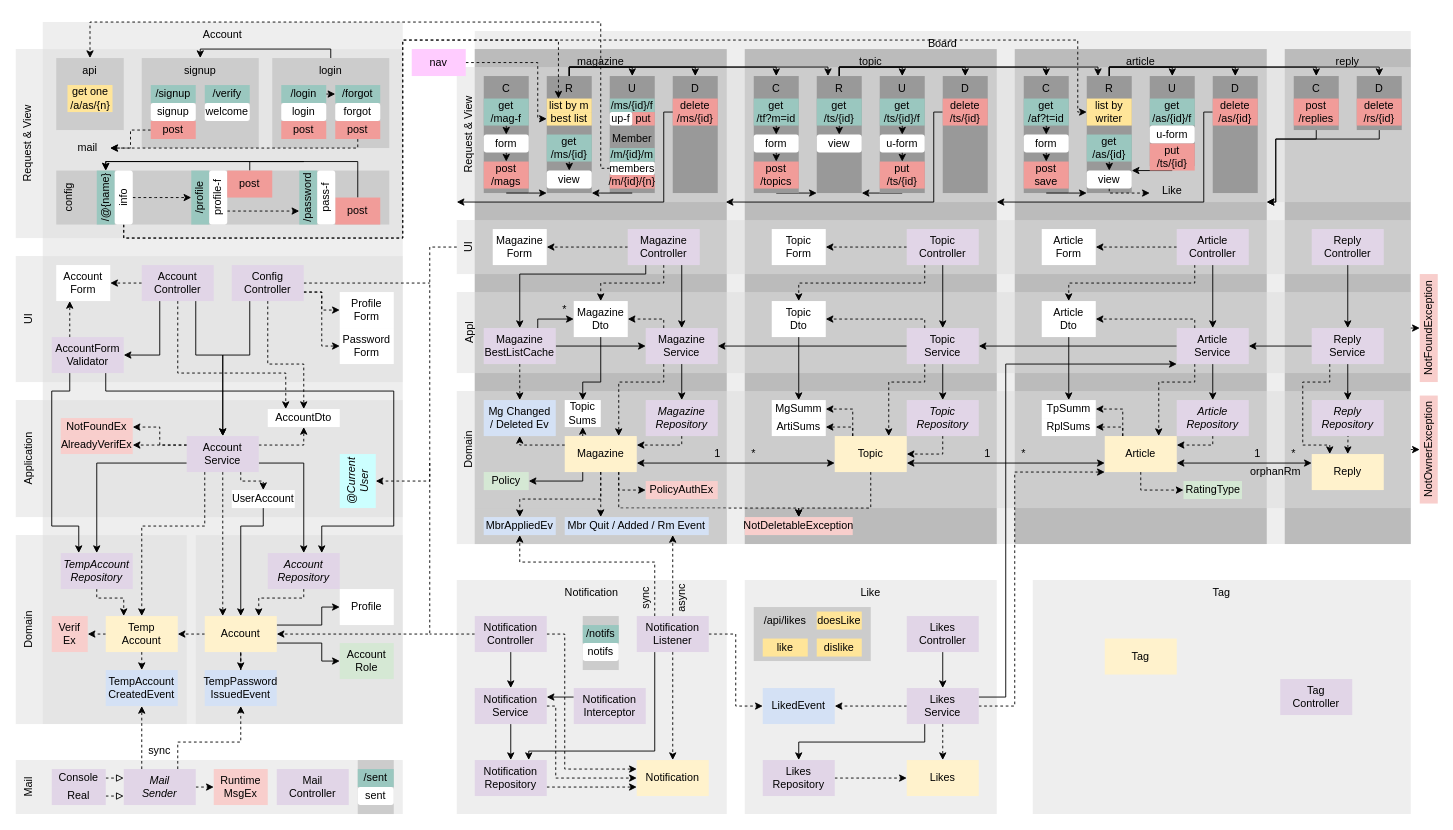
The draw.io diagram diagram.drawio in suloginscene/dinner, before the edit. Source tidied: cells renumbered, new cells numbered last; positions are measured from the earlier drawing's top-left corner, leaving out a move shared by most shapes. Both pictures are drawn from the tidied source at 90%, with x=0, y=0 at pixel (15, 22).
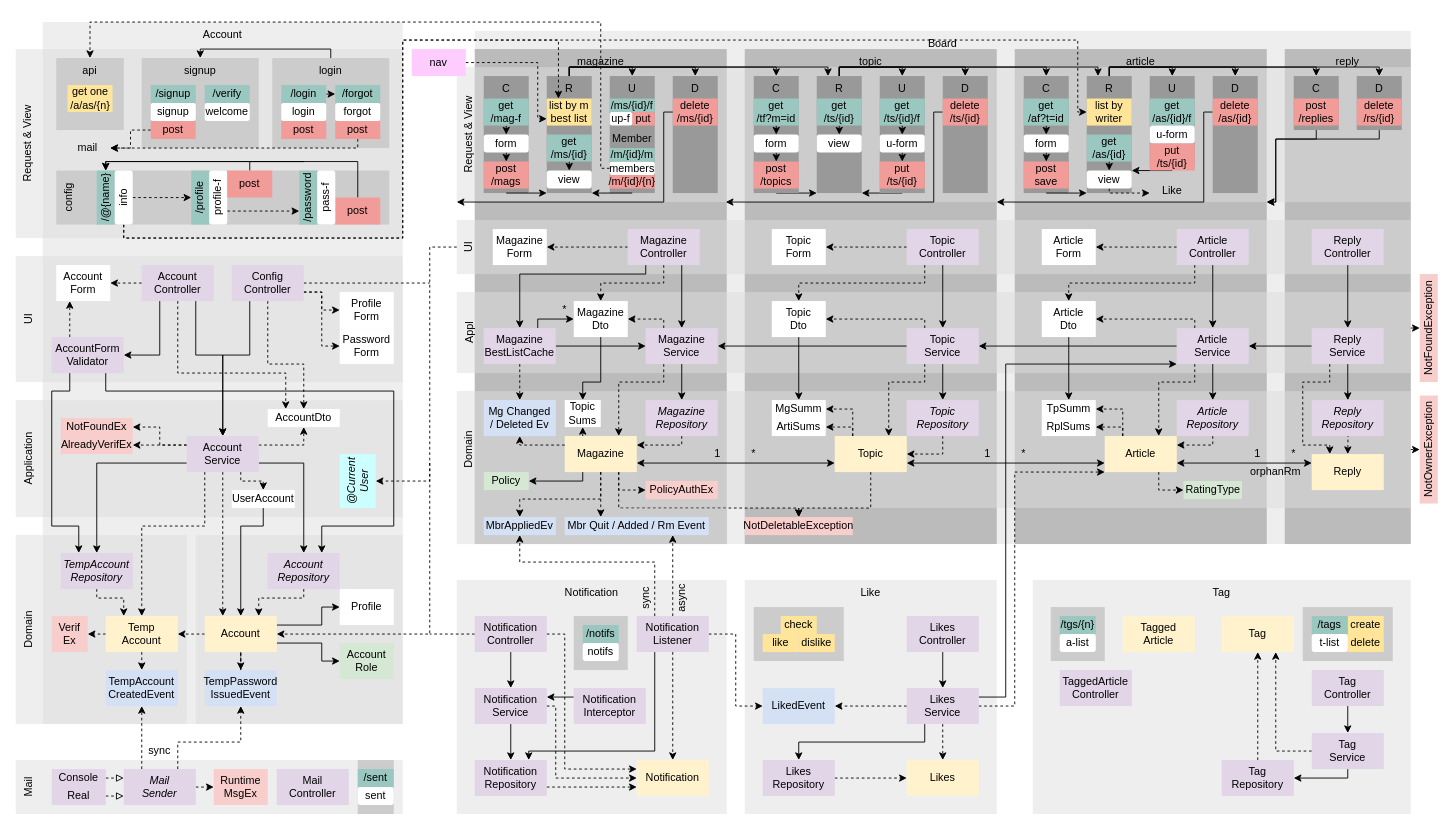
The same page after the edit.

The change refers to these unchanged cells:
```xml
<mxCell id="167" value="Article" style="rounded=0;whiteSpace=wrap;html=1;strokeColor=none;fillColor=#FFF2CC;" parent="1" vertex="1">
  <mxGeometry x="1210" y="460" width="80" height="40" as="geometry" />
</mxCell>
<mxCell id="341" value="RatingType" style="rounded=0;whiteSpace=wrap;html=1;strokeColor=none;fillColor=#D5E8D4;" parent="1" vertex="1">
  <mxGeometry x="1297.5" y="510" width="65" height="20" as="geometry" />
</mxCell>
```

The edit, as a diff of the source:
```diff
@@
-    <mxCell id="164" style="edgeStyle=orthogonalEdgeStyle;rounded=0;jettySize=auto;html=1;exitX=0.5;exitY=1;exitDx=0;exitDy=0;entryX=0;entryY=0.5;entryDx=0;entryDy=0;dashed=1;" parent="1" edge="1" source="167" target="341">
+    <mxCell id="164" style="edgeStyle=orthogonalEdgeStyle;rounded=0;jettySize=auto;html=1;exitX=0.75;exitY=1;exitDx=0;exitDy=0;entryX=0;entryY=0.5;entryDx=0;entryDy=0;dashed=1;" parent="1" edge="1" source="167" target="341">
       <mxGeometry relative="1" as="geometry">
         <Array as="points">
-          <mxPoint x="1250" y="520" />
+          <mxPoint x="1270" y="520" />
         </Array>
       </mxGeometry>
     </mxCell>
@@
     <mxCell id="308" style="rounded=0;whiteSpace=wrap;html=1;verticalAlign=top;strokeColor=none;align=left;fillColor=#CCCCCC;" parent="1" vertex="1">
-      <mxGeometry x="820" y="650" width="130" height="60" as="geometry" />
+      <mxGeometry x="820" y="650" width="100" height="60" as="geometry" />
     </mxCell>
-    <mxCell id="309" value="doesLike" style="rounded=0;whiteSpace=wrap;html=1;fontStyle=0;strokeColor=none;fillColor=#FFE599;" parent="1" vertex="1">
-      <mxGeometry x="890" y="655" width="50" height="20" as="geometry" />
+    <mxCell id="309" value="check" style="rounded=0;whiteSpace=wrap;html=1;fontStyle=0;strokeColor=none;fillColor=#FFE599;" parent="1" vertex="1">
+      <mxGeometry x="850" y="660" width="40" height="20" as="geometry" />
     </mxCell>
     <mxCell id="310" value="like" style="rounded=0;whiteSpace=wrap;html=1;fontStyle=0;strokeColor=none;fillColor=#FFE599;" parent="1" vertex="1">
-      <mxGeometry x="830" y="685" width="50" height="20" as="geometry" />
+      <mxGeometry x="830" y="680" width="40" height="20" as="geometry" />
     </mxCell>
@@
     <mxCell id="321" value="dislike" style="rounded=0;whiteSpace=wrap;html=1;fontStyle=0;strokeColor=none;fillColor=#FFE599;" parent="1" vertex="1">
-      <mxGeometry x="890" y="685" width="50" height="20" as="geometry" />
+      <mxGeometry x="870" y="680" width="40" height="20" as="geometry" />
     </mxCell>
-    <mxCell id="322" value="/api/likes" style="rounded=0;whiteSpace=wrap;html=1;fontStyle=0;strokeColor=none;fillColor=none;" parent="1" vertex="1">
-      <mxGeometry x="830" y="655" width="50" height="20" as="geometry" />
-    </mxCell>
@@
     <mxCell id="334" style="rounded=0;whiteSpace=wrap;html=1;verticalAlign=top;strokeColor=none;align=left;fillColor=#CCCCCC;" parent="1" vertex="1">
-      <mxGeometry x="630" y="660" width="40" height="60" as="geometry" />
+      <mxGeometry x="620" y="660" width="60" height="60" as="geometry" />
     </mxCell>
@@
+    <mxCell id="356" style="edgeStyle=orthogonalEdgeStyle;rounded=0;jettySize=auto;html=1;exitX=0.5;exitY=1;exitDx=0;exitDy=0;entryX=0.5;entryY=0;entryDx=0;entryDy=0;" parent="1" edge="1" source="354" target="362">
+      <mxGeometry relative="1" as="geometry" />
+    </mxCell>
     <mxCell id="354" value="Tag&lt;br&gt;Controller" style="rounded=0;whiteSpace=wrap;html=1;strokeColor=none;fillColor=#E1D5E7;" parent="1" vertex="1">
-      <mxGeometry x="1405" y="730" width="80" height="40" as="geometry" />
+      <mxGeometry x="1440" y="720" width="80" height="40" as="geometry" />
     </mxCell>
     <mxCell id="355" value="Tag" style="rounded=0;whiteSpace=wrap;html=1;strokeColor=none;fillColor=#FFF2CC;" parent="1" vertex="1">
-      <mxGeometry x="1210" y="685" width="80" height="40" as="geometry" />
+      <mxGeometry x="1340" y="660" width="80" height="40" as="geometry" />
     </mxCell>
+    <mxCell id="357" value="Tagged&lt;br&gt;Article" style="rounded=0;whiteSpace=wrap;html=1;strokeColor=none;fillColor=#FFF2CC;" parent="1" vertex="1">
+      <mxGeometry x="1230" y="660" width="80" height="40" as="geometry" />
+    </mxCell>
+    <mxCell id="358" style="edgeStyle=orthogonalEdgeStyle;rounded=0;jettySize=auto;html=1;exitX=0.5;exitY=0;exitDx=0;exitDy=0;entryX=0.5;entryY=1;entryDx=0;entryDy=0;dashed=1;" parent="1" edge="1" source="359" target="355">
+      <mxGeometry relative="1" as="geometry" />
+    </mxCell>
+    <mxCell id="359" value="Tag&lt;br&gt;Repository" style="rounded=0;whiteSpace=wrap;html=1;strokeColor=none;fillColor=#E1D5E7;" parent="1" vertex="1">
+      <mxGeometry x="1340" y="820" width="80" height="40" as="geometry" />
+    </mxCell>
+    <mxCell id="360" style="edgeStyle=orthogonalEdgeStyle;rounded=0;jettySize=auto;html=1;exitX=0.5;exitY=1;exitDx=0;exitDy=0;entryX=1;entryY=0.5;entryDx=0;entryDy=0;" parent="1" edge="1" source="362" target="359">
+      <mxGeometry relative="1" as="geometry">
+        <Array as="points">
+          <mxPoint x="1480" y="840" />
+        </Array>
+      </mxGeometry>
+    </mxCell>
+    <mxCell id="361" style="edgeStyle=orthogonalEdgeStyle;rounded=0;jettySize=auto;html=1;exitX=0;exitY=0.5;exitDx=0;exitDy=0;entryX=0.75;entryY=1;entryDx=0;entryDy=0;dashed=1;" parent="1" edge="1" source="362" target="355">
+      <mxGeometry relative="1" as="geometry" />
+    </mxCell>
+    <mxCell id="362" value="Tag&lt;br&gt;Service" style="rounded=0;whiteSpace=wrap;html=1;strokeColor=none;fillColor=#E1D5E7;" parent="1" vertex="1">
+      <mxGeometry x="1440" y="790" width="80" height="40" as="geometry" />
+    </mxCell>
+    <mxCell id="363" style="rounded=0;whiteSpace=wrap;html=1;verticalAlign=top;strokeColor=none;align=left;fillColor=#CCCCCC;" parent="1" vertex="1">
+      <mxGeometry x="1430" y="650" width="100" height="60" as="geometry" />
+    </mxCell>
+    <mxCell id="364" value="create" style="rounded=0;whiteSpace=wrap;html=1;fontStyle=0;strokeColor=none;fillColor=#FFE599;" parent="1" vertex="1">
+      <mxGeometry x="1480" y="660" width="40" height="20" as="geometry" />
+    </mxCell>
+    <mxCell id="365" value="delete" style="rounded=0;whiteSpace=wrap;html=1;fontStyle=0;strokeColor=none;fillColor=#FFE599;" parent="1" vertex="1">
+      <mxGeometry x="1480" y="680" width="40" height="20" as="geometry" />
+    </mxCell>
+    <mxCell id="366" value="/tags" style="rounded=0;whiteSpace=wrap;html=1;strokeColor=none;fillColor=#9AC7BF;horizontal=1;" parent="1" vertex="1">
+      <mxGeometry x="1440" y="660" width="40" height="20" as="geometry" />
+    </mxCell>
+    <mxCell id="367" value="t-list" style="rounded=1;whiteSpace=wrap;html=1;strokeColor=none;horizontal=1;" parent="1" vertex="1">
+      <mxGeometry x="1440" y="680" width="40" height="20" as="geometry" />
+    </mxCell>
+    <mxCell id="368" value="TaggedArticle&lt;br&gt;Controller" style="rounded=0;whiteSpace=wrap;html=1;strokeColor=none;fillColor=#E1D5E7;" parent="1" vertex="1">
+      <mxGeometry x="1160" y="720" width="80" height="40" as="geometry" />
+    </mxCell>
+    <mxCell id="369" style="rounded=0;whiteSpace=wrap;html=1;verticalAlign=top;strokeColor=none;align=left;fillColor=#CCCCCC;" parent="1" vertex="1">
+      <mxGeometry x="1150" y="650" width="60" height="60" as="geometry" />
+    </mxCell>
+    <mxCell id="370" value="/tgs/{n}" style="rounded=0;whiteSpace=wrap;html=1;strokeColor=none;fillColor=#9AC7BF;horizontal=1;" parent="1" vertex="1">
+      <mxGeometry x="1160" y="660" width="40" height="20" as="geometry" />
+    </mxCell>
+    <mxCell id="371" value="a-list" style="rounded=1;whiteSpace=wrap;html=1;strokeColor=none;horizontal=1;" parent="1" vertex="1">
+      <mxGeometry x="1160" y="680" width="40" height="20" as="geometry" />
+    </mxCell>
```
